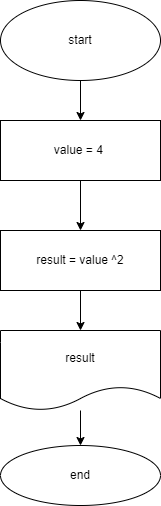
Before: seminar1/task001/diagram.drawio.png, a diagram exported from draw.io (SavvaNatalija/csharp). Source tidied: cells renumbered, new cells last; positions are measured from the earlier drawing's top-left corner, leaving out a move shared by most shapes.
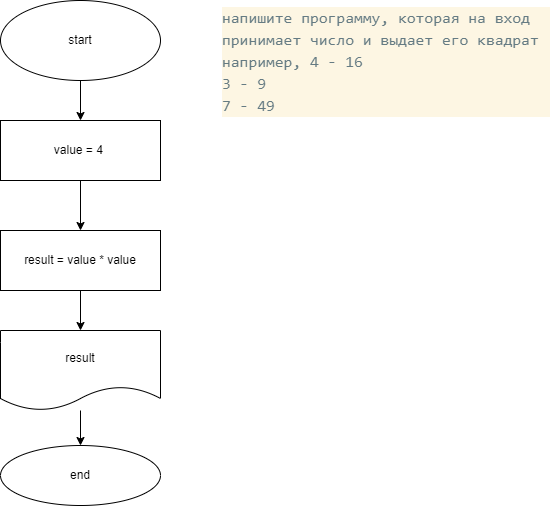
Above is the later version.

What changed in the source:
```diff
@@ -17,7 +17,7 @@
     <mxCell id="6" style="edgeStyle=none;html=1;" parent="1" edge="1" source="7" target="9">
       <mxGeometry relative="1" as="geometry" />
     </mxCell>
-    <mxCell id="7" value="result = value ^2" style="whiteSpace=wrap;html=1;" parent="1" vertex="1">
+    <mxCell id="7" value="result = value * value" style="whiteSpace=wrap;html=1;" parent="1" vertex="1">
       <mxGeometry y="230" width="160" height="60" as="geometry" />
     </mxCell>
     <mxCell id="8" style="edgeStyle=none;html=1;" parent="1" edge="1" source="9" target="10">
@@ -29,5 +29,8 @@
     <mxCell id="10" value="end" style="ellipse;whiteSpace=wrap;html=1;" parent="1" vertex="1">
       <mxGeometry y="445" width="160" height="60" as="geometry" />
     </mxCell>
+    <mxCell id="11" value="&lt;div style=&quot;color: rgb(101 , 123 , 131) ; background-color: rgb(253 , 246 , 227) ; font-family: &amp;#34;consolas&amp;#34; , &amp;#34;courier new&amp;#34; , monospace ; font-weight: normal ; font-size: 16px ; line-height: 22px&quot;&gt;&lt;div&gt;&lt;span style=&quot;color: #657b83&quot;&gt;напишите программу, которая на вход принимает число и выдает его квадрат &lt;/span&gt;&lt;/div&gt;&lt;div&gt;&lt;span style=&quot;color: #657b83&quot;&gt;например, 4 - 16&lt;/span&gt;&lt;/div&gt;&lt;div&gt;&lt;span style=&quot;color: #657b83&quot;&gt;3 - 9&lt;/span&gt;&lt;/div&gt;&lt;div&gt;&lt;span style=&quot;color: #657b83&quot;&gt;7 - 49&lt;/span&gt;&lt;/div&gt;&lt;/div&gt;" style="text;whiteSpace=wrap;html=1;" parent="1" vertex="1">
+      <mxGeometry x="220" width="330" height="320" as="geometry" />
+    </mxCell>
   </root>
 </mxGraphModel>
```
